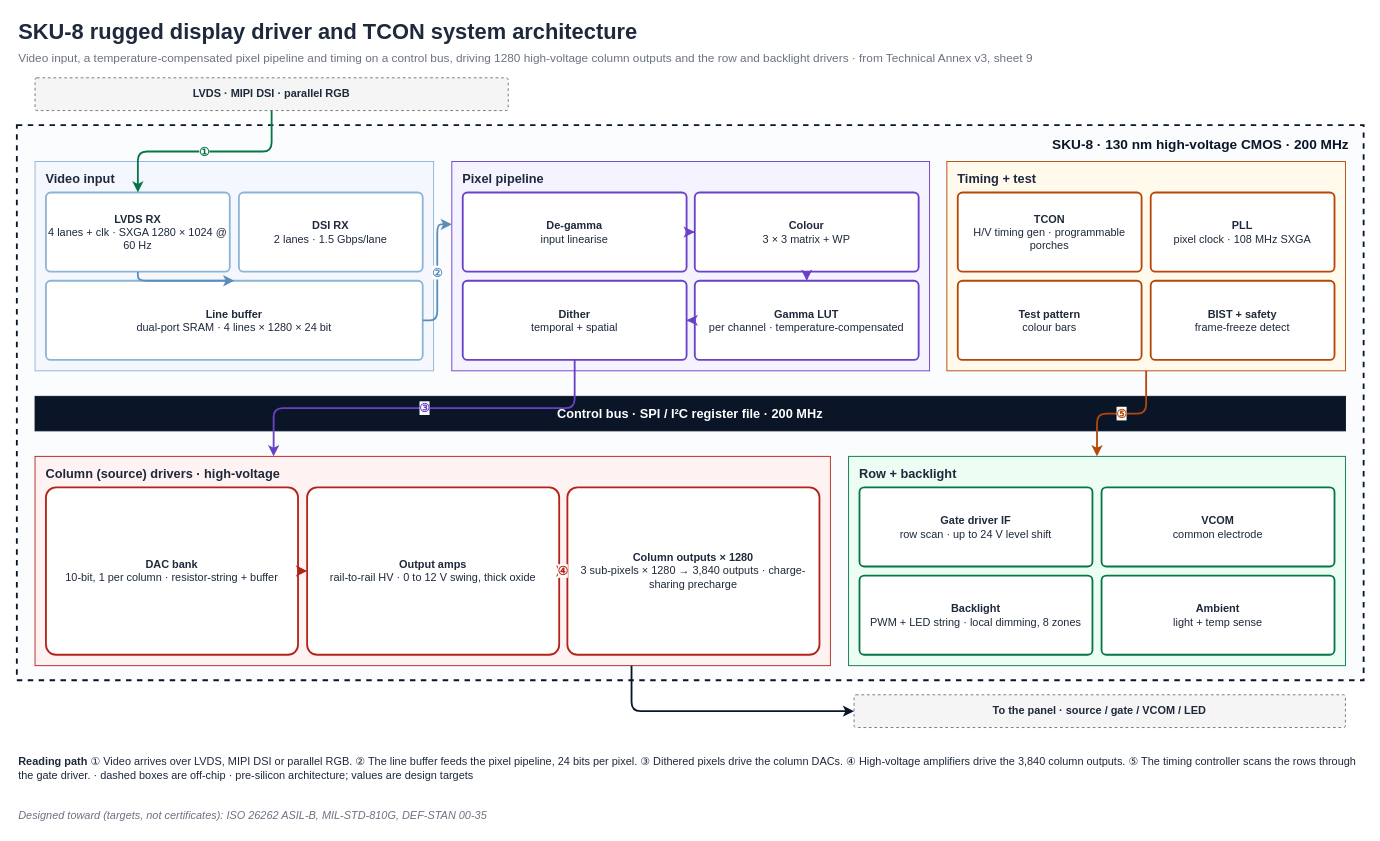
shekerkamma/deepgrid-dr-silicon-v10 keeps this draw.io diagram as public/downloads/sku-8-architecture.drawio. Above is the earlier version. Source tidied: cells renumbered, new cells numbered last; positions are measured from the earlier drawing's top-left corner, leaving out a move shared by most shapes. Both pictures are drawn from the tidied source at 91%, with x=0, y=0 at pixel (16, 15).
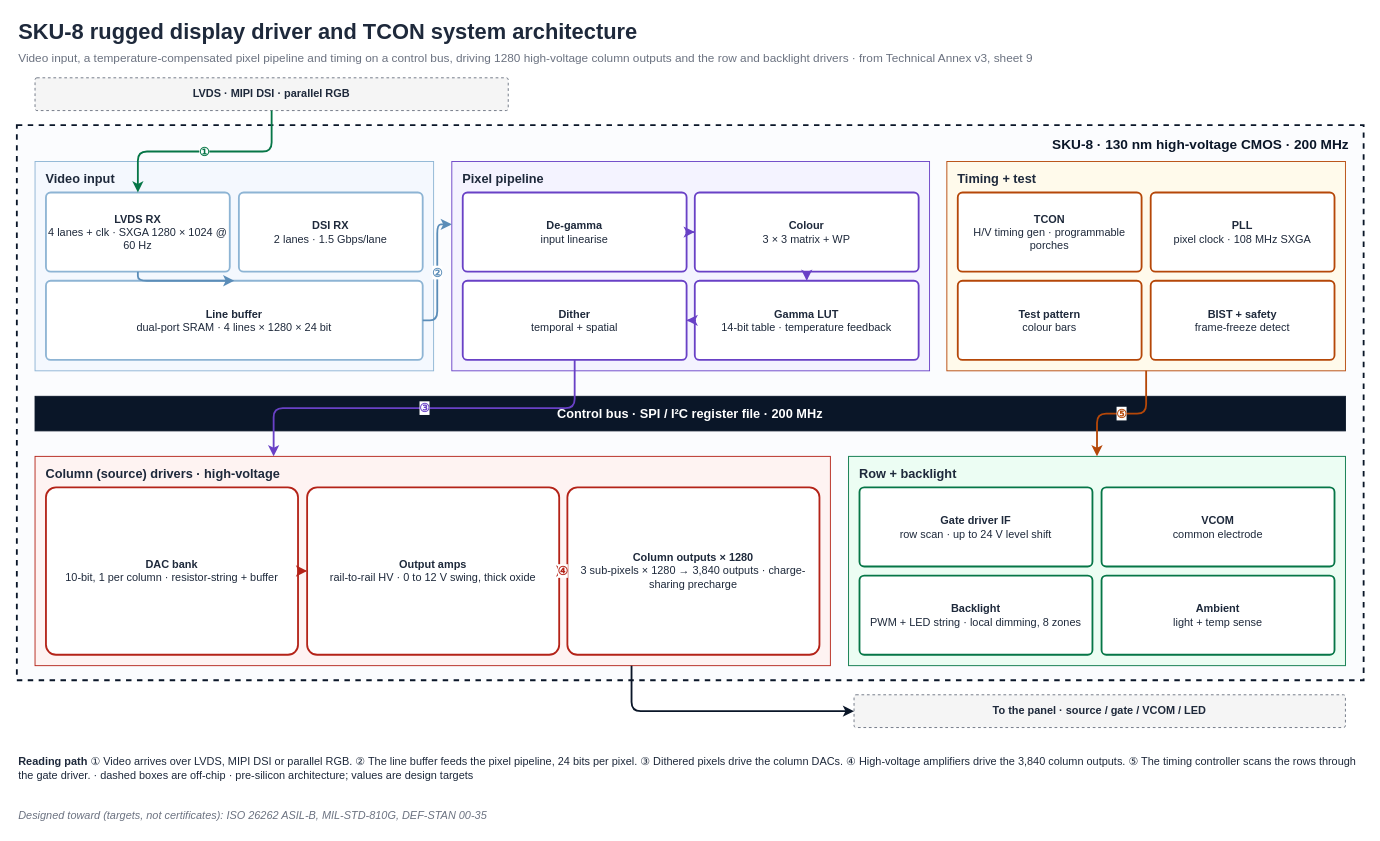
After the change.

Diff of the diagram source:
```diff
@@
-    <mxCell id="14" value="&lt;b&gt;Gamma LUT&lt;/b&gt;&lt;br&gt;per channel · temperature-compensated" style="rounded=1;whiteSpace=wrap;html=1;fillColor=#FFFFFF;strokeColor=#6941C6;strokeWidth=2;fontSize=12;fontColor=#1E293B;arcSize=6;" parent="1" vertex="1">
+    <mxCell id="14" value="&lt;b&gt;Gamma LUT&lt;/b&gt;&lt;br&gt;14-bit table · temperature feedback" style="rounded=1;whiteSpace=wrap;html=1;fillColor=#FFFFFF;strokeColor=#6941C6;strokeWidth=2;fontSize=12;fontColor=#1E293B;arcSize=6;" parent="1" vertex="1">
       <mxGeometry x="745" y="291" width="246" height="87" as="geometry" />
     </mxCell>
```
